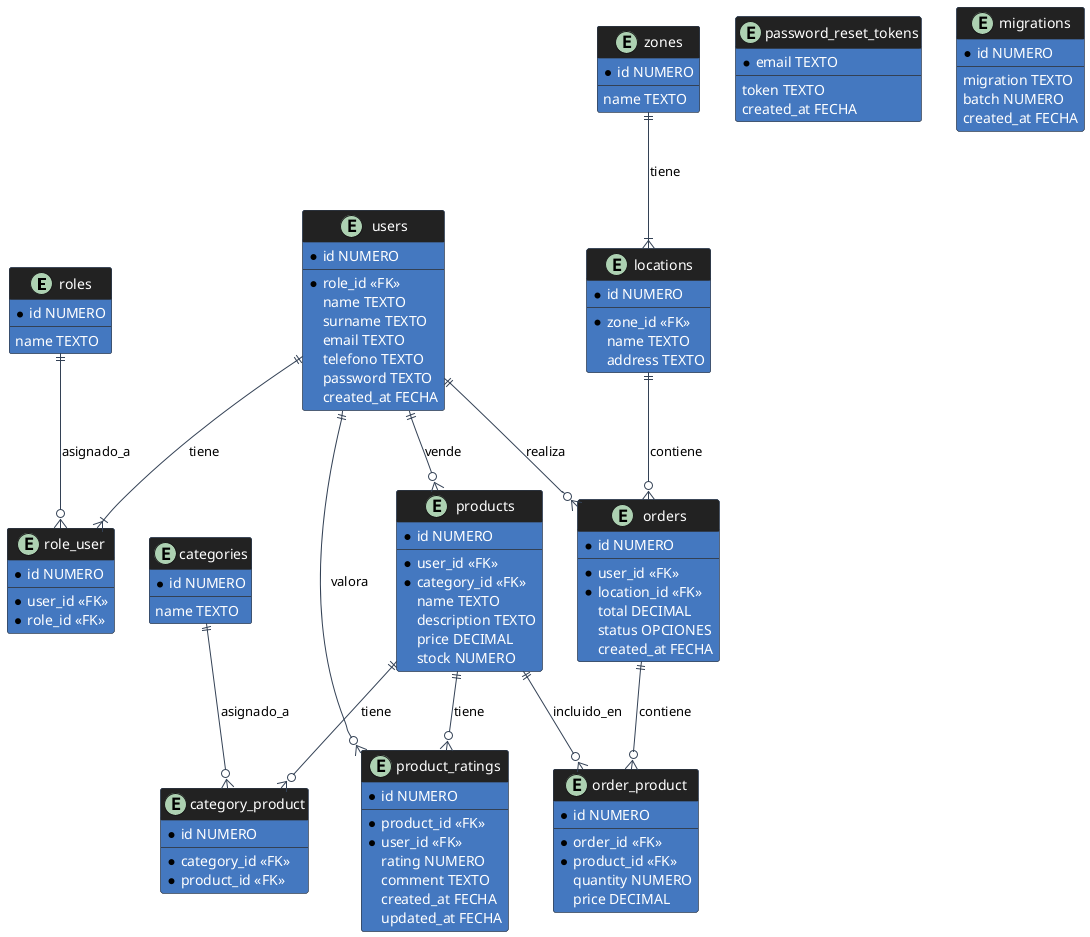
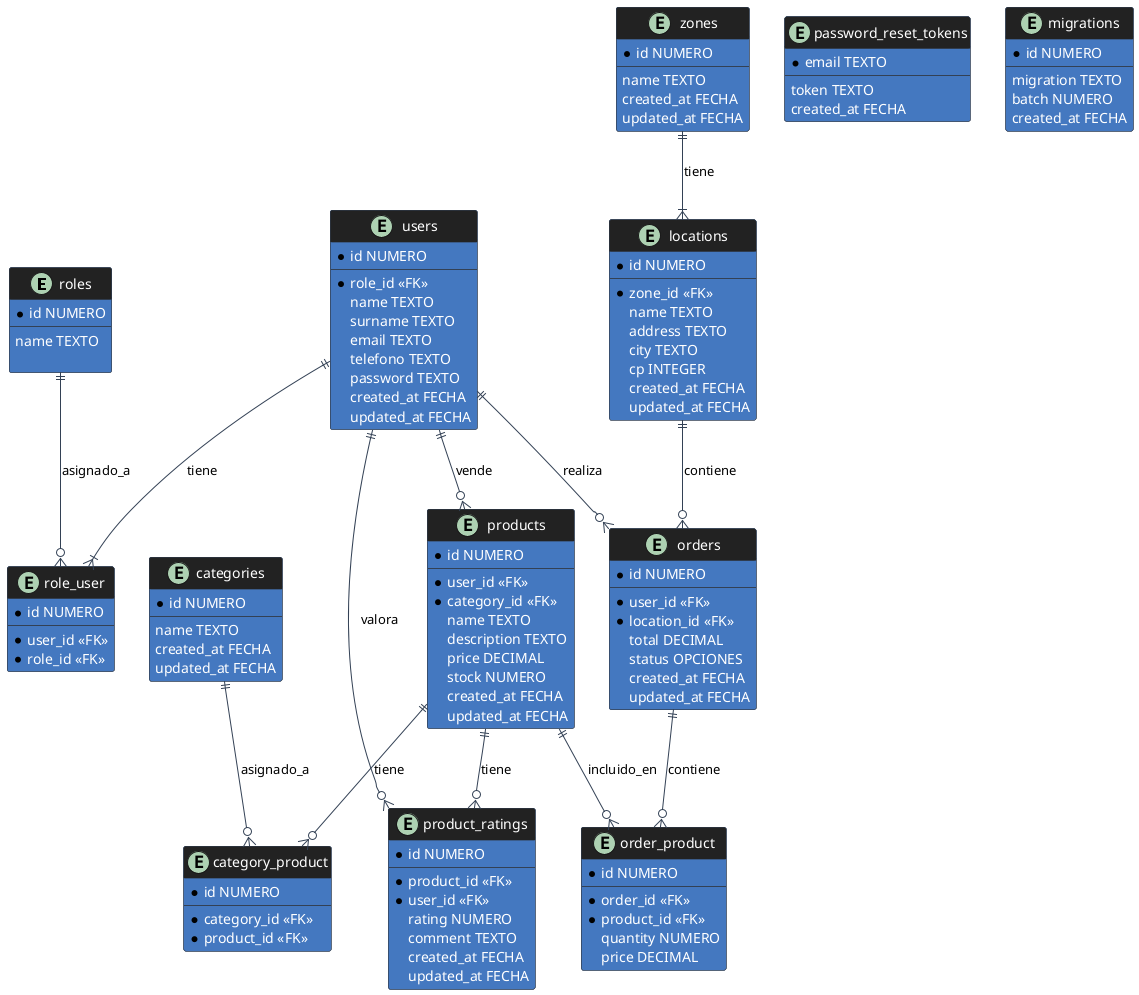
@startuml



    ' ===============
    ' === ESTILOS ===
    ' ===============

    ' - Flecha gris claro:
    skinparam ArrowColor #334155



    ' ==============================
    ' === ENTIDADES Y RELACIONES ===
    ' ==============================

    ' - Roles:
    entity roles #back:4478c0;header:222222;line:334155;text:ffffff; {
        * id NUMERO
        --
        name TEXTO
+ 
    }

    ' - Usuarios:
    entity users #back:4478c0;header:222222;line:334155;text:ffffff; {
        * id NUMERO
        --
        * role_id <<FK>>
        name TEXTO
        surname TEXTO
        email TEXTO
        telefono TEXTO
        password TEXTO
        created_at FECHA
+         updated_at FECHA
    }


    ' - Tabla pivote (User Roles):
    entity role_user #back:4478c0;header:222222;line:334155;text:ffffff; {
        * id NUMERO
        --
        * user_id <<FK>>
        * role_id <<FK>>
    }

    ' - Relaciones N:N de Users y Roles:
    users ||--|{ role_user : tiene
    roles ||--o{ role_user : asignado_a







    ' - Categorías:
    entity categories #back:4478c0;header:222222;line:334155;text:ffffff; {
        * id NUMERO
        --
        name TEXTO
+         created_at FECHA
+         updated_at FECHA
    }

    ' - Productos:
    entity products #back:4478c0;header:222222;line:334155;text:ffffff; {
        * id NUMERO
        --
        * user_id <<FK>>
        * category_id <<FK>>
        name TEXTO
        description TEXTO
        price DECIMAL
        stock NUMERO
+         created_at FECHA
+         updated_at FECHA
    }


    ' - Tabla pivote (Categorías - Productos):
    entity category_product #back:4478c0;header:222222;line:334155;text:ffffff; {
        * id NUMERO
        --
        * category_id <<FK>>
        * product_id <<FK>>
    }


    ' - Relación Usuarios-Productos:
    users ||--o{ products : vende



    ' - Relaciones N:N de Productos y Categorías:
    categories ||--o{ category_product : asignado_a
    products ||--o{ category_product : tiene






    ' - Zones (zona geográfica de España, de momento solo CCAA):
    entity zones #back:4478c0;header:222222;line:334155;text:ffffff; {
        * id NUMERO
        --
        name TEXTO
+         created_at FECHA
+         updated_at FECHA
    }



    ' Localizaciones (luegar de encuentro para entrega de pedido):
    entity locations #back:4478c0;header:222222;line:334155;text:ffffff; {
        * id NUMERO
        --
        * zone_id <<FK>>
        name TEXTO
        address TEXTO
+         city TEXTO
+         cp INTEGER
+         created_at FECHA
+         updated_at FECHA
    }

    ' - Relación zones-Localizaciones:
    zones ||--|{ locations : tiene





    ' - Pedidos:
    entity orders #back:4478c0;header:222222;line:334155;text:ffffff; {
        * id NUMERO
        --
        * user_id <<FK>>
        * location_id <<FK>>
        total DECIMAL
        status OPCIONES
        created_at FECHA
+         updated_at FECHA
    }

    ' - Relación Usuarios-Pedidos y Localizaciones-Pedidos:
    users ||--o{ orders : realiza
    locations ||--o{ orders : contiene


    ' Tabla pivote de pedido - producto (los productos que se han metido en el carrito para comprar):
    entity order_product #back:4478c0;header:222222;line:334155;text:ffffff; {
        * id NUMERO
        --
        * order_id <<FK>>
        * product_id <<FK>>
        quantity NUMERO
        price DECIMAL
    }

    ' - Relación Pedidos-Items de pedido, y Productos-Items de pedido:
    orders ||--o{ order_product : contiene
    products ||--o{ order_product : incluido_en







- 
- 
- 
- 
    ' - Tabla pivote con atributos para valoraciones de user - producto (PRIORIDAD BAJA!! sólo si me da tiempo):
    entity product_ratings #back:4478c0;header:222222;line:334155;text:ffffff; {
        * id NUMERO
        --
        * product_id <<FK>>
        * user_id <<FK>>
        rating NUMERO
        comment TEXTO
        created_at FECHA
        updated_at FECHA
    }

    ' - Relación de Productos-Valoraciones de productos, y Usuarios-Valoraciones de productos:
    products ||--o{ product_ratings : tiene
    users ||--o{ product_ratings : valora













    ' =================================
    ' === TABLAS PROPIAS DE LARAVEL ===
    ' =================================
    ' (NOTA: Estas tablas son básicas para el correcto funcionamiento de Laravel);


    ' - Tabla Migraciones (tabla Laravel):
    entity password_reset_tokens #back:4478c0;header:222222;line:334155;text:ffffff; {
        * email TEXTO
        --
        token TEXTO
        created_at FECHA
    }


    '  - Tabla Restaurción de contraseña (tabla Laravel):
    entity migrations #back:4478c0;header:222222;line:334155;text:ffffff; {
        * id NUMERO
        --
        migration TEXTO
        batch NUMERO
        created_at FECHA
    }

@enduml
